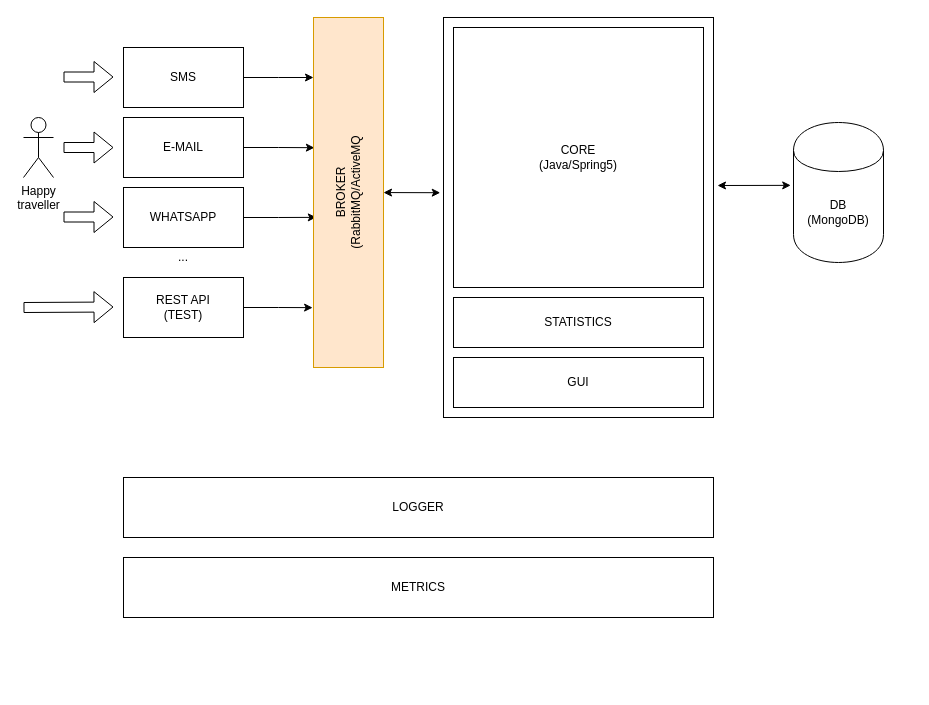
m-pawelczyk/mom-i-am-safe keeps this draw.io diagram as general.draft.drawio. Above is the earlier version. Source tidied: cells renumbered, new cells numbered last; positions are measured from the earlier drawing's top-left corner, leaving out a move shared by most shapes. Both pictures are drawn from the tidied source at 100%, with x=0, y=0 at pixel (23, 17). Pictures stored in the file or linked from it are replaced by grey dashed boxes.
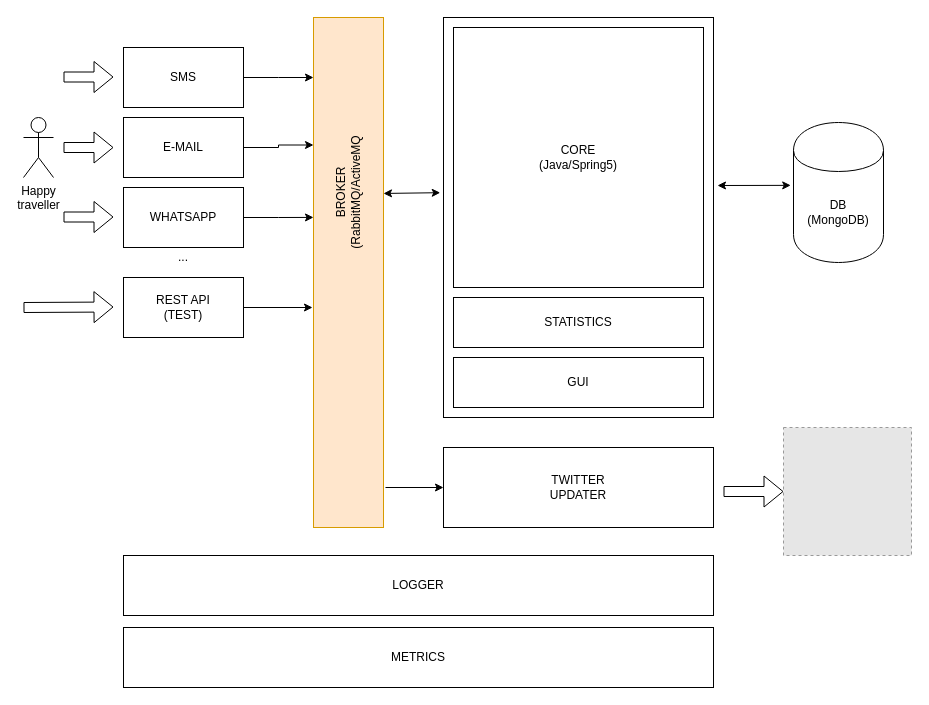
Above is the later version.

Commit message (it also covers changes not shown here):
update general draft with twitter functionality. closes #5

Unchanged cells that the change refers to:
```xml
<mxCell id="6" style="rounded=0;whiteSpace=wrap;html=1;" parent="1" vertex="1">
  <mxGeometry x="100" y="100" width="120" height="60" as="geometry" />
</mxCell>
<mxCell id="8" style="rounded=0;whiteSpace=wrap;html=1;" parent="1" vertex="1">
  <mxGeometry x="100" y="170" width="120" height="60" as="geometry" />
</mxCell>
<mxCell id="10" style="rounded=0;whiteSpace=wrap;html=1;" parent="1" vertex="1">
  <mxGeometry x="100" y="260" width="120" height="60" as="geometry" />
</mxCell>
<mxCell id="21" style="rounded=0;whiteSpace=wrap;html=1;" parent="1" vertex="1">
  <mxGeometry x="420" width="270" height="400" as="geometry" />
</mxCell>
```

Change to the diagram source:
```diff
@@
-    <mxCell id="5" style="edgeStyle=orthogonalEdgeStyle;rounded=0;jettySize=auto;html=1;entryX=0.013;entryY=0.372;entryDx=0;entryDy=0;entryPerimeter=0;" parent="1" edge="1" source="6" target="18">
+    <mxCell id="5" style="edgeStyle=orthogonalEdgeStyle;rounded=0;jettySize=auto;html=1;entryX=0;entryY=0.25;entryDx=0;entryDy=0;" parent="1" edge="1" source="6" target="18">
       <mxGeometry relative="1" as="geometry" />
     </mxCell>
@@
-    <mxCell id="7" style="edgeStyle=orthogonalEdgeStyle;rounded=0;jettySize=auto;html=1;exitX=1;exitY=0.5;exitDx=0;exitDy=0;entryX=0.04;entryY=0.571;entryDx=0;entryDy=0;entryPerimeter=0;" parent="1" edge="1" source="8" target="18">
+    <mxCell id="7" style="edgeStyle=orthogonalEdgeStyle;rounded=0;jettySize=auto;html=1;entryX=0;entryY=0.392;entryDx=0;entryDy=0;entryPerimeter=0;" parent="1" edge="1" source="8" target="18">
       <mxGeometry relative="1" as="geometry" />
     </mxCell>
@@
-    <mxCell id="9" style="edgeStyle=orthogonalEdgeStyle;rounded=0;jettySize=auto;html=1;exitX=1;exitY=0.5;exitDx=0;exitDy=0;entryX=-0.013;entryY=0.829;entryDx=0;entryDy=0;entryPerimeter=0;" parent="1" edge="1" source="10" target="18">
-      <mxGeometry relative="1" as="geometry" />
+    <mxCell id="9" style="edgeStyle=orthogonalEdgeStyle;rounded=0;jettySize=auto;html=1;exitX=1;exitY=0.5;exitDx=0;exitDy=0;" parent="1" edge="1" source="10">
+      <mxGeometry relative="1" as="geometry">
+        <mxPoint x="289" y="290" as="targetPoint" />
+      </mxGeometry>
     </mxCell>
@@
     <mxCell id="18" style="rounded=0;whiteSpace=wrap;html=1;fillColor=#ffe6cc;strokeColor=#d79b00;" parent="1" vertex="1">
-      <mxGeometry x="290" width="70" height="350" as="geometry" />
+      <mxGeometry x="290" width="70" height="510" as="geometry" />
     </mxCell>
@@
-    <mxCell id="31" style="rounded=0;whiteSpace=wrap;html=1;" parent="1" vertex="1">
-      <mxGeometry x="100" y="460" width="590" height="60" as="geometry" />
-    </mxCell>
     <mxCell id="32" value="METRICS" style="rounded=0;whiteSpace=wrap;html=1;" parent="1" vertex="1">
-      <mxGeometry x="100" y="540" width="590" height="60" as="geometry" />
+      <mxGeometry x="100" y="610" width="590" height="60" as="geometry" />
     </mxCell>
-    <mxCell id="33" value="LOGGER" style="text;html=1;strokeColor=none;fillColor=none;align=center;verticalAlign=middle;whiteSpace=wrap;rounded=0;" parent="1" vertex="1">
-      <mxGeometry x="375" y="480" width="40" height="20" as="geometry" />
-    </mxCell>
@@
-    <mxCell id="35" style="endArrow=classic;startArrow=classic;html=1;strokeColor=#000000;entryX=-0.012;entryY=0.438;entryDx=0;entryDy=0;entryPerimeter=0;" parent="1" edge="1" source="18" target="21">
+    <mxCell id="35" style="endArrow=classic;startArrow=classic;html=1;strokeColor=#000000;entryX=-0.012;entryY=0.438;entryDx=0;entryDy=0;entryPerimeter=0;exitX=1;exitY=0.345;exitDx=0;exitDy=0;exitPerimeter=0;" parent="1" edge="1" source="18" target="21">
       <mxGeometry relative="1" as="geometry" />
     </mxCell>
@@
+    <mxCell id="39" style="rounded=0;whiteSpace=wrap;html=1;" parent="1" vertex="1">
+      <mxGeometry x="420" y="430" width="270" height="80" as="geometry" />
+    </mxCell>
+    <mxCell id="40" value="TWITTER UPDATER" style="text;html=1;strokeColor=none;fillColor=none;align=center;verticalAlign=middle;whiteSpace=wrap;rounded=0;" parent="1" vertex="1">
+      <mxGeometry x="535" y="460" width="40" height="20" as="geometry" />
+    </mxCell>
+    <mxCell id="41" style="fillColor=#E6E6E6;strokeColor=#999999;dashed=1;verticalLabelPosition=bottom;verticalAlign=top;" parent="1" vertex="1">
+      <mxGeometry x="760" y="410" width="128" height="128" as="geometry" />
+    </mxCell>
+    <mxCell id="42" style="endArrow=classic;html=1;entryX=0;entryY=0.5;entryDx=0;entryDy=0;" parent="1" edge="1" target="39">
+      <mxGeometry relative="1" as="geometry">
+        <mxPoint x="362" y="470" as="sourcePoint" />
+      </mxGeometry>
+    </mxCell>
+    <mxCell id="43" style="shape=flexArrow;endArrow=classic;html=1;entryX=0;entryY=0.5;entryDx=0;entryDy=0;" parent="1" edge="1" target="41">
+      <mxGeometry relative="1" as="geometry">
+        <mxPoint x="700" y="474" as="sourcePoint" />
+      </mxGeometry>
+    </mxCell>
+    <mxCell id="44" style="group;" parent="1" vertex="1">
+      <mxGeometry x="100" y="538" width="590" height="60" as="geometry" />
+    </mxCell>
+    <mxCell id="31" style="rounded=0;whiteSpace=wrap;html=1;" parent="44" vertex="1">
+      <mxGeometry width="590" height="60" as="geometry" />
+    </mxCell>
+    <mxCell id="33" value="LOGGER" style="text;html=1;strokeColor=none;fillColor=none;align=center;verticalAlign=middle;whiteSpace=wrap;rounded=0;" parent="44" vertex="1">
+      <mxGeometry x="275" y="20" width="40" height="20" as="geometry" />
+    </mxCell>
```
